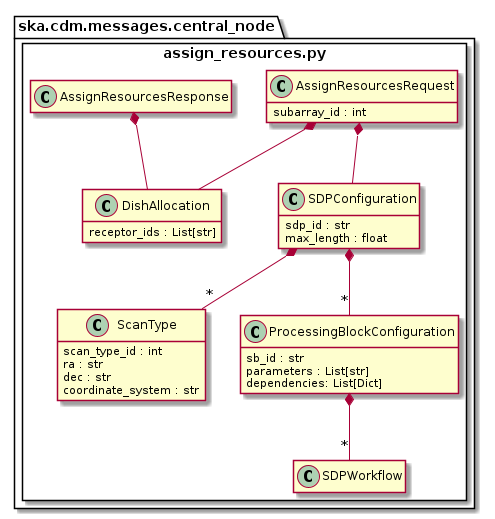
ska-telescope/cdm-shared-library keeps this PlantUML diagram as docs/src/developer/centralnode/assignresources.png. Above is the earlier version.
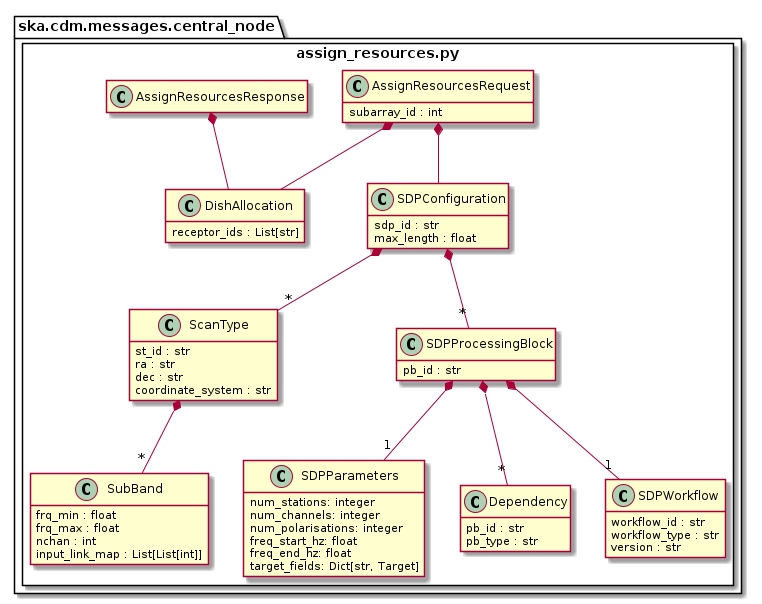
The same file after the commit.

Commit message:
Updated assign_resources.py object model UML diagram source

The edit, as a diff of the source:
```diff
@@ -7,26 +7,54 @@
 			receptor_ids : List[str]
 		}
 
+        class SubBand {
+            frq_min : float
+            frq_max : float
+            nchan : int
+            input_link_map : List[List[int]]
+        }
+
         class ScanType {
-            scan_type_id : int
+            st_id : str
             ra : str
             dec : str
             coordinate_system : str
         }
+        ScanType *-- "*" SubBand
 
-        class ProcessingBlockConfiguration {
-            sb_id : str
-            parameters : List[str]
-            dependencies: List[Dict]
+        class SDPParameters {
+        num_stations: integer
+        num_channels: integer
+        num_polarisations: integer
+        freq_start_hz: float
+        freq_end_hz: float
+        target_fields: Dict[str, Target]
         }
-        ProcessingBlockConfiguration *-- "*" SDPWorkflow
+
+        class Dependency {
+            pb_id : str
+            pb_type : str
+        }
+
+        class SDPWorkflow {
+            workflow_id : str
+            workflow_type : str
+            version : str
+        }
+
+        class SDPProcessingBlock {
+            pb_id : str
+        }
+        SDPProcessingBlock *-- "1" SDPWorkflow
+        SDPProcessingBlock *-- "1" SDPParameters
+        SDPProcessingBlock *-- "*" Dependency
 
         class SDPConfiguration {
             sdp_id : str
             max_length : float
 		}
         SDPConfiguration *-- "*" ScanType
-        SDPConfiguration *-- "*" ProcessingBlockConfiguration
+        SDPConfiguration *-- "*" SDPProcessingBlock
 
 		class AssignResourcesRequest {
 			subarray_id : int
```
